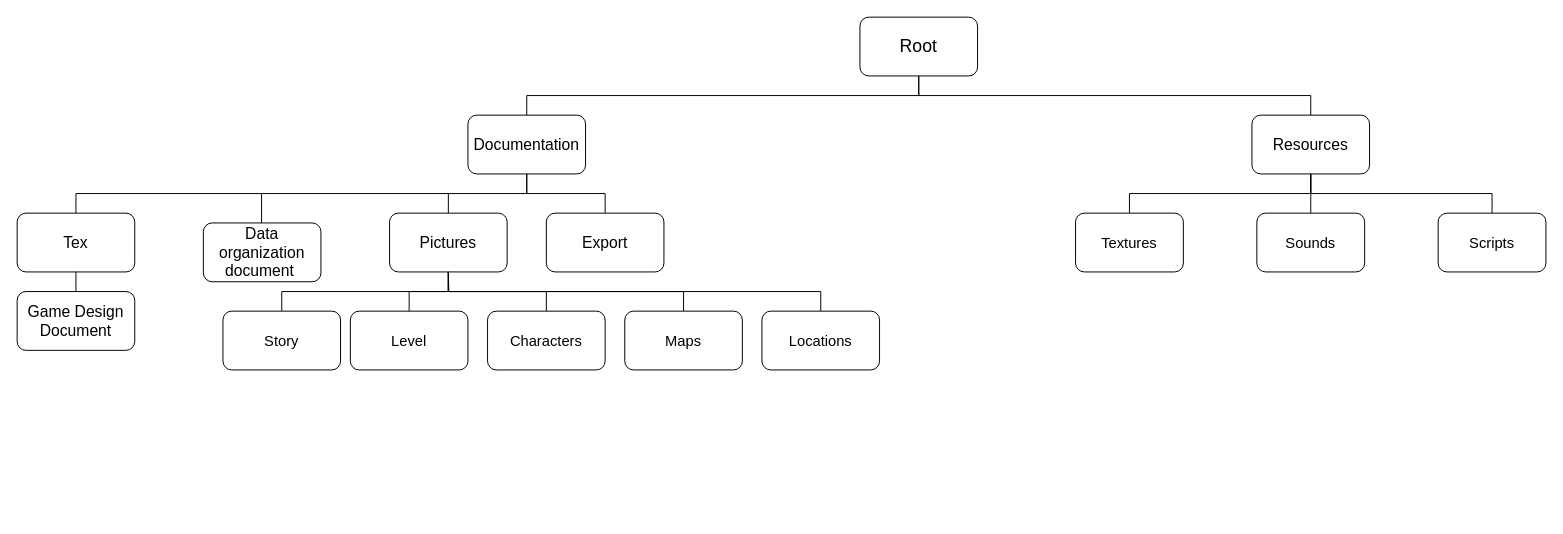
Before: Documentation/Pictures/Directory_structure_diagram.drawio in Sephirothbahamut/Accio-Niffler, a draw.io diagram. Source tidied: cells renumbered, new cells numbered last; positions are measured from the earlier drawing's top-left corner, leaving out a move shared by most shapes. Both pictures are drawn from the tidied source at 98%, with x=0, y=0 at pixel (17, 17).
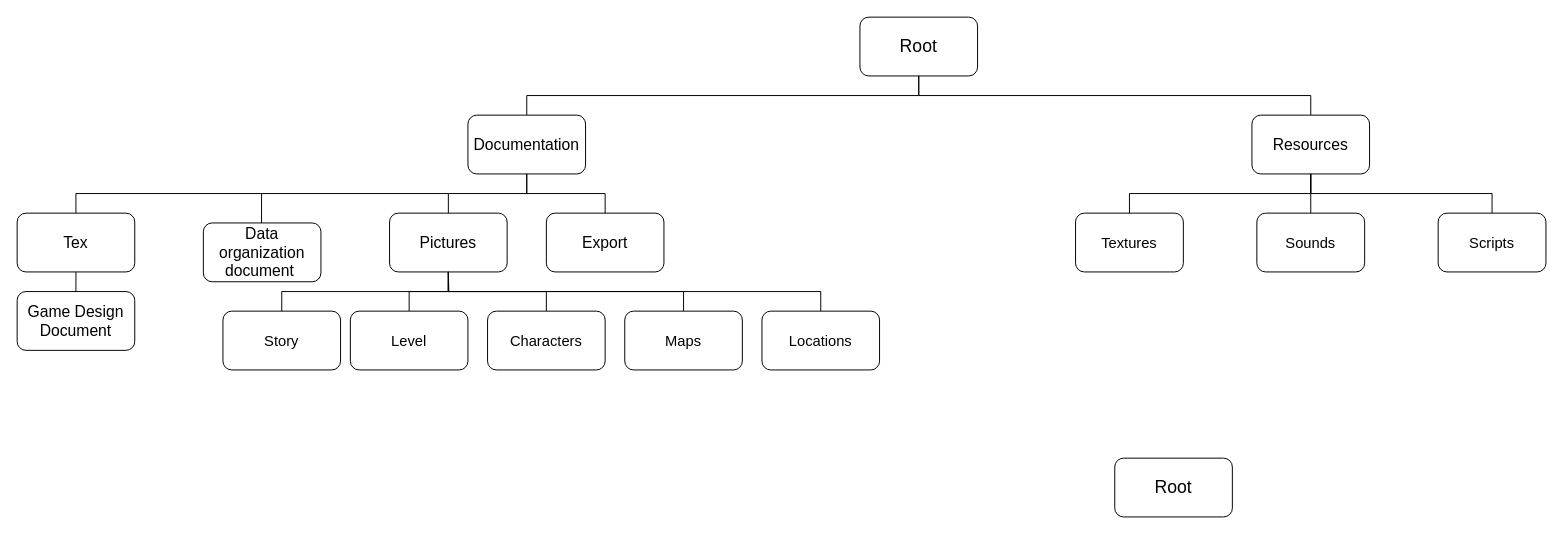
Above is the later version.

The edit, as a diff of the source:
```diff
@@
+    <mxCell id="34" value="&lt;font style=&quot;font-size: 18px&quot;&gt;Root&lt;/font&gt;" style="rounded=1;whiteSpace=wrap;html=1;" parent="1" vertex="1">
+      <mxGeometry x="1120" y="450" width="120" height="60" as="geometry" />
+    </mxCell>
```
